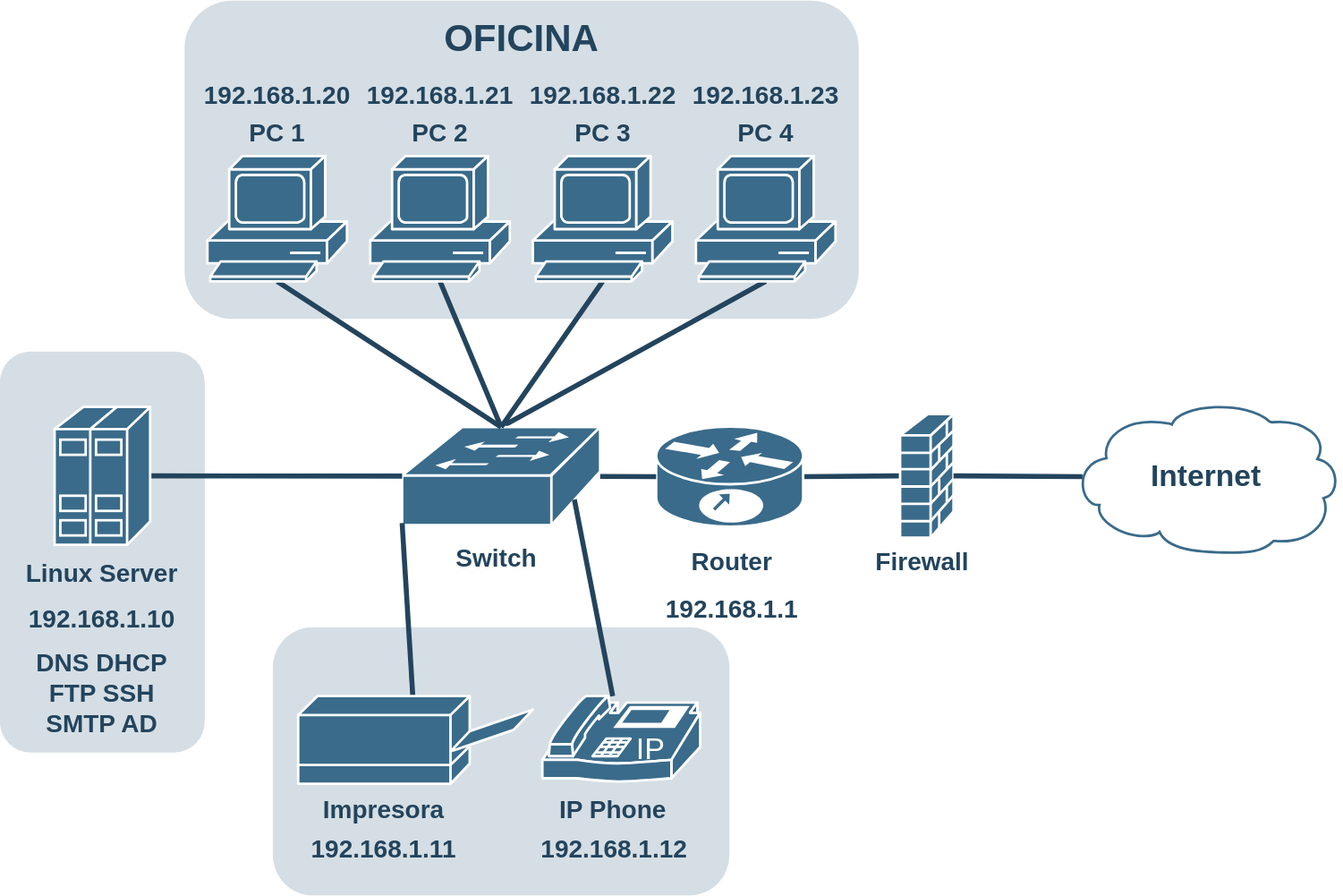
DemoNxriN/Bookhub keeps this draw.io diagram as Esquema de red Bookhub.svg. Above is the earlier version. Source tidied: cells renumbered, new cells last; positions are measured from the earlier drawing's top-left corner, leaving out a move shared by most shapes.
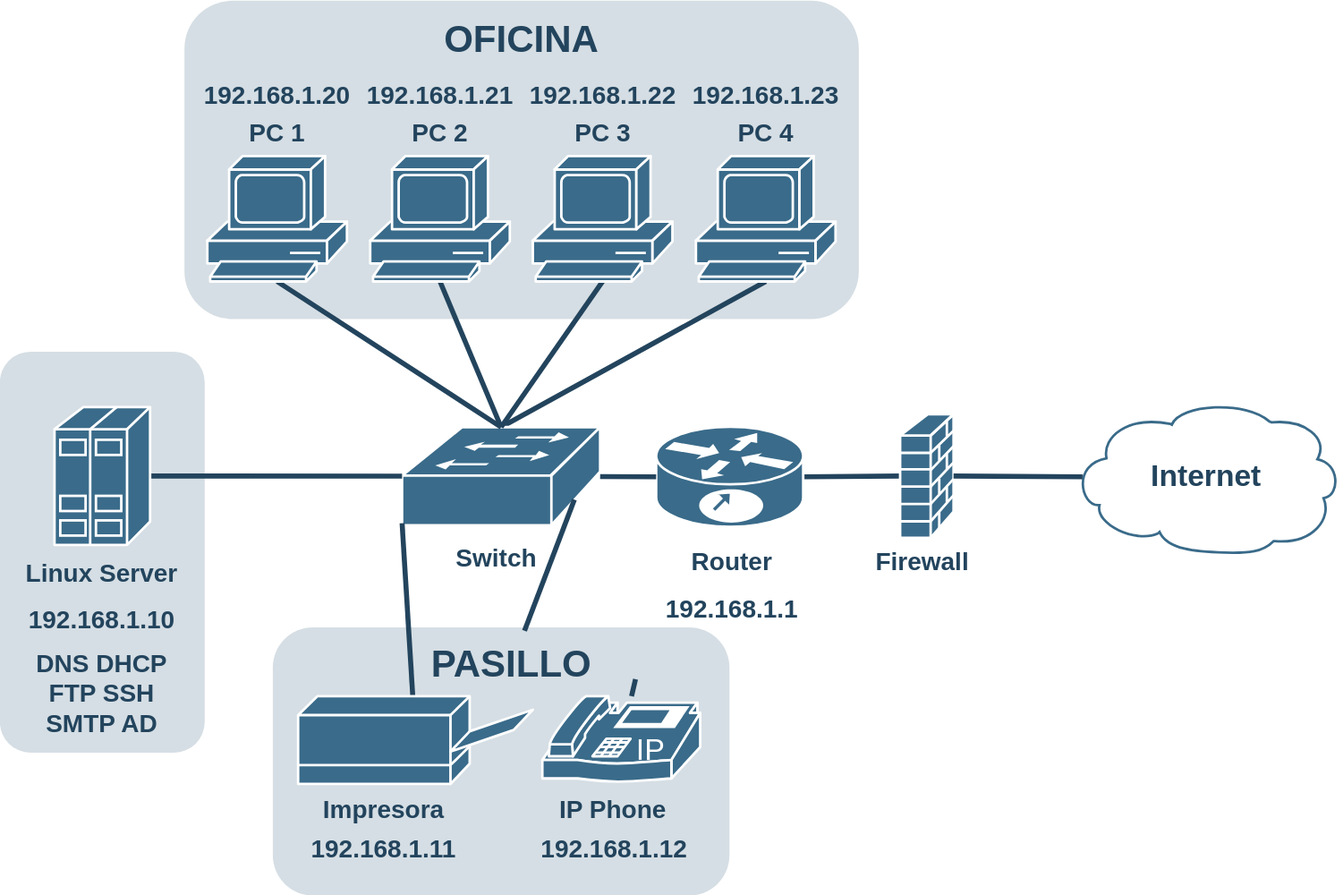
After the commit.

What changed in the source:
```diff
@@ -56,7 +56,7 @@
         <mxPoint x="311" y="625" as="targetPoint" />
       </mxGeometry>
     </mxCell>
-    <mxCell id="19" style="rounded=1;html=1;endArrow=none;endFill=0;strokeColor=#23445D;strokeWidth=4;fontSize=14;fontColor=#990000;exitX=0.87;exitY=0.74;exitDx=0;exitDy=0;exitPerimeter=0;" parent="1" edge="1" source="9" target="43">
+    <mxCell id="19" style="rounded=1;html=1;endArrow=none;endFill=0;strokeColor=#23445D;strokeWidth=4;fontSize=14;fontColor=#990000;exitX=0.87;exitY=0.74;exitDx=0;exitDy=0;exitPerimeter=0;" parent="1" edge="1" source="48" target="43">
       <mxGeometry relative="1" as="geometry" />
     </mxCell>
     <mxCell id="20" style="shape=mxgraph.cisco.servers.standard_host;sketch=0;html=1;dashed=0;fillColor=#3a6b8a;strokeColor=#ffffff;strokeWidth=2;verticalLabelPosition=bottom;verticalAlign=top;align=center;outlineConnect=0;" parent="1" vertex="1">
@@ -68,9 +68,6 @@
     <mxCell id="22" value="&lt;font style=&quot;font-size: 20px;&quot; color=&quot;#23445d&quot;&gt;192.168.1.1&lt;/font&gt;" style="rounded=1;whiteSpace=wrap;html=1;strokeColor=none;fillColor=none;fontSize=14;fontColor=#742B21;align=center;fontStyle=1;" parent="1" vertex="1">
       <mxGeometry x="524.2" y="469.2" width="121.8" height="30.6" as="geometry" />
     </mxCell>
-    <mxCell id="23" value="&lt;font style=&quot;font-size: 20px;&quot; color=&quot;#23445d&quot;&gt;Switch&lt;/font&gt;" style="rounded=1;whiteSpace=wrap;html=1;strokeColor=none;fillColor=none;fontSize=14;fontColor=#742B21;align=center;fontStyle=1;" parent="1" vertex="1">
-      <mxGeometry x="335.6" y="428.5" width="121.8" height="30.6" as="geometry" />
-    </mxCell>
     <mxCell id="24" value="&lt;font style=&quot;font-size: 20px;&quot; color=&quot;#23445d&quot;&gt;Firewall&lt;/font&gt;" style="rounded=1;whiteSpace=wrap;html=1;strokeColor=none;fillColor=none;fontSize=14;fontColor=#742B21;align=center;fontStyle=1;" parent="1" vertex="1">
       <mxGeometry x="676" y="431.2" width="121.8" height="30.6" as="geometry" />
     </mxCell>
@@ -140,5 +137,14 @@
     <mxCell id="46" value="&lt;font style=&quot;font-size: 30px;&quot; color=&quot;#23445d&quot;&gt;OFICINA&lt;/font&gt;" style="rounded=1;whiteSpace=wrap;html=1;strokeColor=none;fillColor=none;fontSize=14;fontColor=#742B21;align=center;fontStyle=1;" parent="1" vertex="1">
       <mxGeometry x="283.7" y="10" width="266.4" height="40.6" as="geometry" />
     </mxCell>
+    <mxCell id="23" value="&lt;font style=&quot;font-size: 20px;&quot; color=&quot;#23445d&quot;&gt;Switch&lt;/font&gt;" style="rounded=1;whiteSpace=wrap;html=1;strokeColor=none;fillColor=none;fontSize=14;fontColor=#742B21;align=center;fontStyle=1;" parent="1" vertex="1">
+      <mxGeometry x="335.6" y="428.5" width="121.8" height="30.6" as="geometry" />
+    </mxCell>
+    <mxCell id="47" style="rounded=1;html=1;endArrow=none;endFill=0;strokeColor=#23445D;strokeWidth=4;fontSize=14;fontColor=#990000;exitX=0.87;exitY=0.74;exitDx=0;exitDy=0;exitPerimeter=0;" parent="1" edge="1" source="9" target="48">
+      <mxGeometry relative="1" as="geometry" />
+    </mxCell>
+    <mxCell id="48" value="&lt;font color=&quot;#23445d&quot;&gt;&lt;span style=&quot;font-size: 30px;&quot;&gt;PASILLO&lt;/span&gt;&lt;/font&gt;" style="rounded=1;whiteSpace=wrap;html=1;strokeColor=none;fillColor=none;fontSize=14;fontColor=#742B21;align=center;fontStyle=1;" parent="1" vertex="1">
+      <mxGeometry x="276" y="502.7" width="266.4" height="52.3" as="geometry" />
+    </mxCell>
   </root>
 </mxGraphModel>
```
